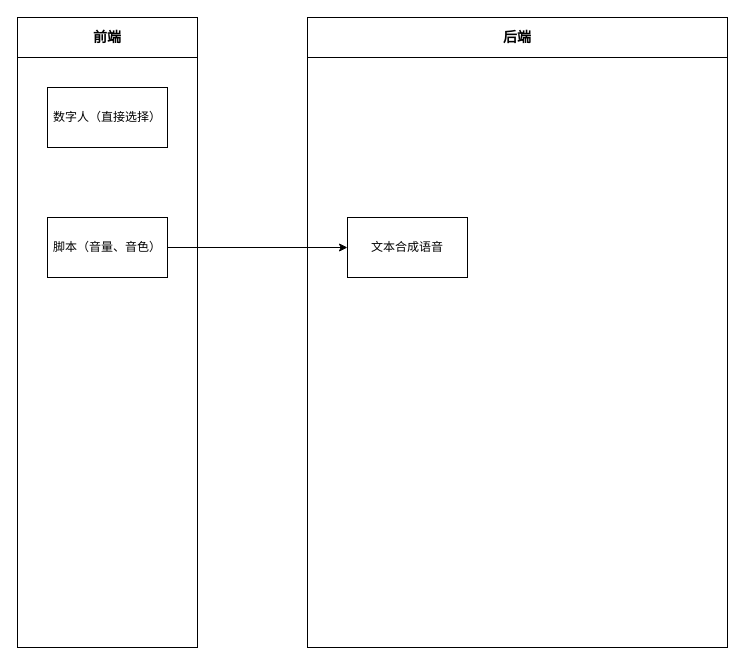
Above: 数字人逻辑图.drawio in xccsoftware/bootStrap (draw.io), before the change. Source tidied: cells renumbered, new cells numbered last; positions are measured from the earlier drawing's top-left corner, leaving out a move shared by most shapes. Both pictures are drawn from the tidied source at 100%, with x=0, y=0 at pixel (17, 17).
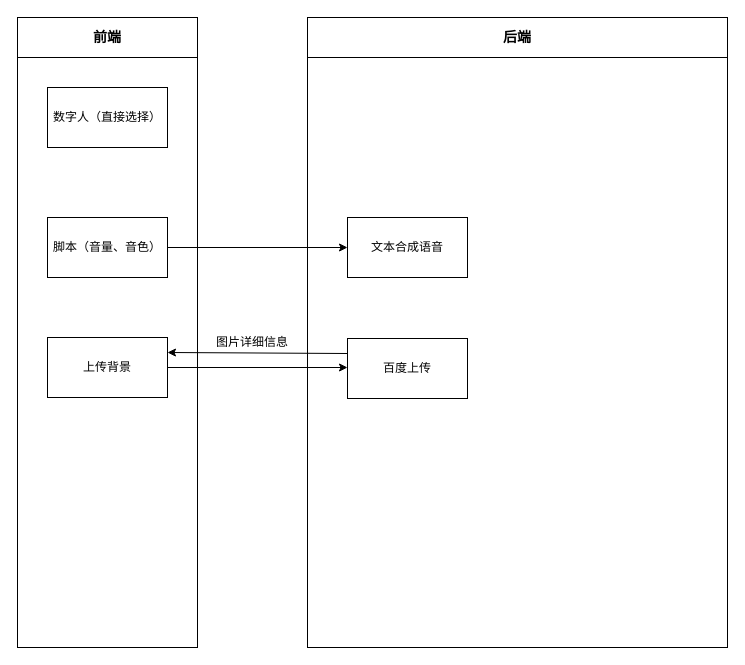
Above is the later version.

Commit message (it also covers changes not shown here):
更新数字人逻辑图.drawio

What changed in the source:
```diff
@@
 <mxGraphModel>
   <root>
     <mxCell id="0" />
     <mxCell id="1" parent="0" />
     <mxCell id="2" style="rounded=0;whiteSpace=wrap;html=1;" parent="1" vertex="1">
       <mxGeometry width="180" height="630" as="geometry" />
     </mxCell>
     <mxCell id="3" value="数字人（直接选择）" style="rounded=0;whiteSpace=wrap;html=1;" parent="1" vertex="1">
       <mxGeometry x="30" y="70" width="120" height="60" as="geometry" />
     </mxCell>
     <mxCell id="4" value="脚本（音量、音色）" style="rounded=0;whiteSpace=wrap;html=1;" parent="1" vertex="1">
       <mxGeometry x="30" y="200" width="120" height="60" as="geometry" />
     </mxCell>
     <mxCell id="5" value="&lt;b&gt;&lt;font style=&quot;font-size: 14px;&quot;&gt;前端&lt;/font&gt;&lt;/b&gt;" style="rounded=0;whiteSpace=wrap;html=1;" parent="1" vertex="1">
       <mxGeometry width="180" height="40" as="geometry" />
     </mxCell>
     <mxCell id="6" style="group;" parent="1" vertex="1">
       <mxGeometry x="290" width="420" height="630" as="geometry" />
     </mxCell>
     <mxCell id="7" style="rounded=0;whiteSpace=wrap;html=1;" parent="6" vertex="1">
       <mxGeometry width="420" height="630" as="geometry" />
     </mxCell>
     <mxCell id="8" value="&lt;b&gt;&lt;font style=&quot;font-size: 14px;&quot;&gt;后端&lt;/font&gt;&lt;/b&gt;" style="rounded=0;whiteSpace=wrap;html=1;" parent="6" vertex="1">
       <mxGeometry width="420" height="40" as="geometry" />
     </mxCell>
     <mxCell id="9" value="文本合成语音" style="rounded=0;whiteSpace=wrap;html=1;" parent="6" vertex="1">
       <mxGeometry x="40" y="200" width="120" height="60" as="geometry" />
     </mxCell>
+    <mxCell id="11" value="百度上传" style="rounded=0;whiteSpace=wrap;html=1;" parent="6" vertex="1">
+      <mxGeometry x="40" y="321" width="120" height="60" as="geometry" />
+    </mxCell>
     <mxCell id="10" style="edgeStyle=orthogonalEdgeStyle;rounded=0;jettySize=auto;html=1;entryX=0;entryY=0.5;entryDx=0;entryDy=0;" parent="1" edge="1" source="4" target="9">
       <mxGeometry relative="1" as="geometry" />
     </mxCell>
+    <mxCell id="12" style="edgeStyle=orthogonalEdgeStyle;rounded=0;jettySize=auto;html=1;" parent="1" edge="1" source="13" target="11">
+      <mxGeometry relative="1" as="geometry">
+        <Array as="points">
+          <mxPoint x="350" y="350" />
+          <mxPoint x="350" y="350" />
+        </Array>
+      </mxGeometry>
+    </mxCell>
+    <mxCell id="13" value="上传背景" style="rounded=0;whiteSpace=wrap;html=1;" parent="1" vertex="1">
+      <mxGeometry x="30" y="320" width="120" height="60" as="geometry" />
+    </mxCell>
+    <mxCell id="14" style="endArrow=classic;html=1;rounded=0;exitX=0;exitY=0.25;exitDx=0;exitDy=0;entryX=1;entryY=0.25;entryDx=0;entryDy=0;" parent="1" edge="1" source="11" target="13">
+      <mxGeometry relative="1" as="geometry" />
+    </mxCell>
+    <mxCell id="15" value="图片详细信息" style="text;html=1;strokeColor=none;fillColor=none;align=center;verticalAlign=middle;whiteSpace=wrap;rounded=0;" parent="1" vertex="1">
+      <mxGeometry x="190" y="310" width="90" height="30" as="geometry" />
+    </mxCell>
   </root>
 </mxGraphModel>
```
